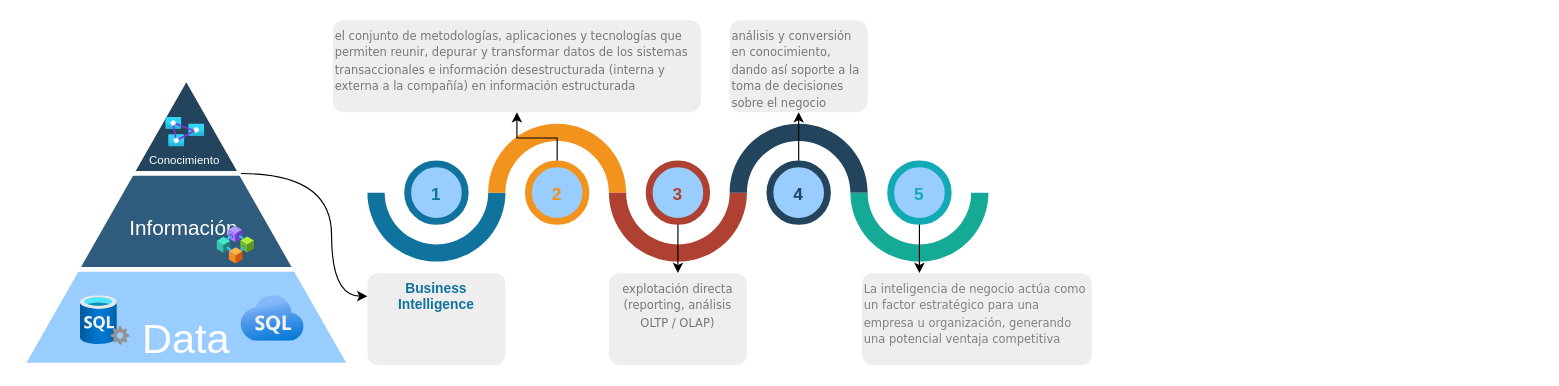
The draw.io diagram presentacion-business-intelligence.drawio in whuera/business-intelligence, before the edit. Source tidied: cells renumbered, new cells numbered last; positions are measured from the earlier drawing's top-left corner, leaving out a move shared by most shapes. Both pictures are drawn from the tidied source at 115%, with x=0, y=0 at pixel (22, 20).
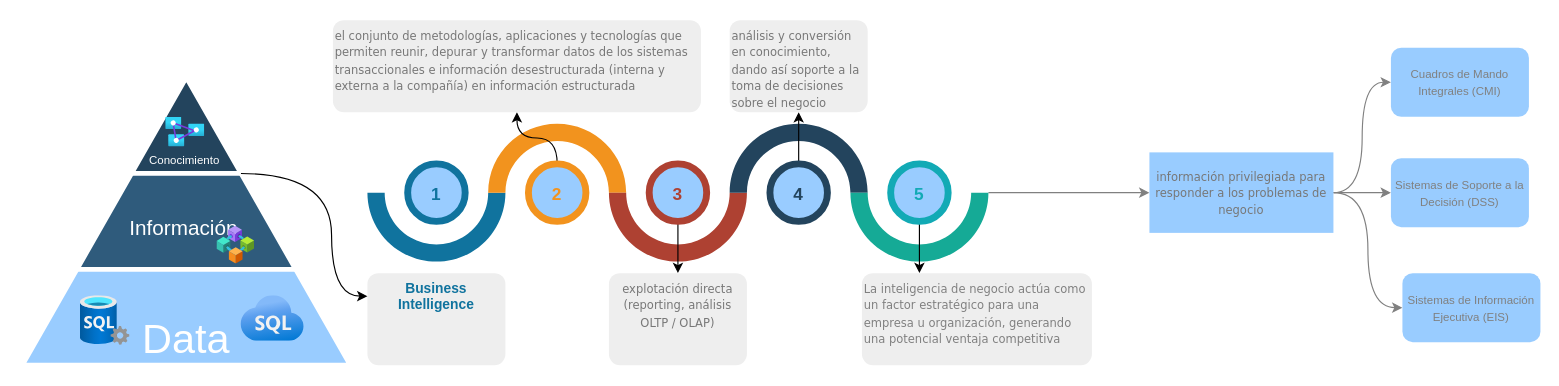
The same page after the edit.

Unchanged cells that the change refers to:
```xml
<mxCell id="14" style="verticalLabelPosition=bottom;verticalAlign=top;html=1;shape=mxgraph.basic.partConcEllipse;startAngle=0.25;endAngle=0.75;arcWidth=0.25;fillColor=#15AA96;strokeColor=none;" parent="1" vertex="1">
  <mxGeometry x="720" y="90" width="120" height="120" as="geometry" />
</mxCell>
<mxCell id="17" value="2" style="shape=ellipse;strokeWidth=6;strokeColor=#F2931E;fontSize=15;html=0;fontStyle=1;fontColor=#F2931E;fillColor=#99CCFF;" parent="1" vertex="1">
  <mxGeometry x="440" y="125" width="50" height="50" as="geometry" />
</mxCell>
<mxCell id="19" value="3" style="shape=ellipse;strokeWidth=6;strokeColor=#AE4132;fontSize=15;html=0;fontStyle=1;fontColor=#AE4132;fillColor=#99CCFF;" parent="1" vertex="1">
  <mxGeometry x="545" y="125" width="50" height="50" as="geometry" />
</mxCell>
<mxCell id="25" value="&lt;div&gt;&lt;font color=&quot;#777777&quot; face=&quot;verdana, arial&quot;&gt;&lt;span style=&quot;font-size: 10px&quot;&gt;el conjunto de metodologías, aplicaciones y tecnologías que permiten reunir, depurar y transformar datos de los sistemas transaccionales e información desestructurada (interna y externa a la compañía) en información estructurada&lt;/span&gt;&lt;/font&gt;&lt;/div&gt;" style="rounded=1;strokeColor=none;fillColor=#EEEEEE;align=left;arcSize=12;verticalAlign=top;whiteSpace=wrap;html=1;fontSize=12;" parent="1" vertex="1">
  <mxGeometry x="270" width="320" height="80" as="geometry" />
</mxCell>
<mxCell id="26" value="&lt;span style=&quot;color: rgb(119 , 119 , 119) ; font-family: &amp;#34;verdana&amp;#34; , &amp;#34;arial&amp;#34; ; text-align: justify&quot;&gt;&lt;font style=&quot;font-size: 10px&quot;&gt;explotación directa (reporting, análisis OLTP / OLAP)&lt;/font&gt;&lt;/span&gt;" style="rounded=1;strokeColor=none;fillColor=#EEEEEE;align=center;arcSize=12;verticalAlign=top;whiteSpace=wrap;html=1;fontSize=12;" parent="1" vertex="1">
  <mxGeometry x="510" y="220" width="120" height="80" as="geometry" />
</mxCell>
```

What changed in the source:
```diff
@@
+    <mxCell id="30" style="edgeStyle=orthogonalEdgeStyle;curved=1;rounded=0;jettySize=auto;html=1;entryX=0;entryY=0.5;entryDx=0;entryDy=0;strokeColor=#808080;" parent="1" edge="1" source="14" target="34">
+      <mxGeometry relative="1" as="geometry" />
+    </mxCell>
@@
-    <mxCell id="16" style="edgeStyle=orthogonalEdgeStyle;rounded=0;jettySize=auto;html=1;" parent="1" edge="1" source="17" target="25">
+    <mxCell id="16" style="edgeStyle=orthogonalEdgeStyle;rounded=0;jettySize=auto;html=1;curved=1;" parent="1" edge="1" source="17" target="25">
       <mxGeometry relative="1" as="geometry" />
     </mxCell>
@@
-    <mxCell id="18" style="edgeStyle=orthogonalEdgeStyle;rounded=0;jettySize=auto;html=1;" parent="1" edge="1" source="19" target="26">
+    <mxCell id="18" style="edgeStyle=orthogonalEdgeStyle;rounded=0;jettySize=auto;html=1;curved=1;" parent="1" edge="1" source="19" target="26">
       <mxGeometry relative="1" as="geometry" />
     </mxCell>
@@
+    <mxCell id="31" style="edgeStyle=orthogonalEdgeStyle;curved=1;rounded=0;jettySize=auto;html=1;entryX=0;entryY=0.5;entryDx=0;entryDy=0;strokeColor=#808080;" parent="1" edge="1" source="34" target="35">
+      <mxGeometry relative="1" as="geometry" />
+    </mxCell>
+    <mxCell id="32" style="edgeStyle=orthogonalEdgeStyle;curved=1;rounded=0;jettySize=auto;html=1;entryX=0;entryY=0.5;entryDx=0;entryDy=0;strokeColor=#808080;" parent="1" edge="1" source="34" target="36">
+      <mxGeometry relative="1" as="geometry" />
+    </mxCell>
+    <mxCell id="33" style="edgeStyle=orthogonalEdgeStyle;curved=1;rounded=0;jettySize=auto;html=1;entryX=0;entryY=0.5;entryDx=0;entryDy=0;strokeColor=#808080;" parent="1" edge="1" source="34" target="37">
+      <mxGeometry relative="1" as="geometry" />
+    </mxCell>
+    <mxCell id="34" value="&lt;div&gt;&lt;span style=&quot;color: rgb(119 , 119 , 119) ; font-family: &amp;#34;verdana&amp;#34; , &amp;#34;arial&amp;#34;&quot;&gt;&lt;font style=&quot;font-size: 10px&quot;&gt;información privilegiada para responder a los problemas de negocio&lt;/font&gt;&lt;/span&gt;&lt;/div&gt;" style="rounded=0;whiteSpace=wrap;html=1;fillColor=#99CCFF;strokeColor=none;align=center;" parent="1" vertex="1">
+      <mxGeometry x="980" y="115" width="160" height="70" as="geometry" />
+    </mxCell>
+    <mxCell id="35" value="&lt;font color=&quot;#808080&quot;&gt;&lt;span style=&quot;font-size: 10px&quot;&gt;Cuadros de Mando Integrales (CMI)&lt;/span&gt;&lt;/font&gt;" style="rounded=1;whiteSpace=wrap;html=1;fillColor=#99CCFF;strokeColor=none;" parent="1" vertex="1">
+      <mxGeometry x="1190" y="24" width="120" height="60" as="geometry" />
+    </mxCell>
+    <mxCell id="36" value="&lt;font color=&quot;#808080&quot;&gt;&lt;span style=&quot;font-size: 10px&quot;&gt;Sistemas de Soporte a la Decisión (DSS)&lt;/span&gt;&lt;/font&gt;" style="rounded=1;whiteSpace=wrap;html=1;fillColor=#99CCFF;strokeColor=none;" parent="1" vertex="1">
+      <mxGeometry x="1190" y="120" width="120" height="60" as="geometry" />
+    </mxCell>
+    <mxCell id="37" value="&lt;font color=&quot;#808080&quot;&gt;&lt;span style=&quot;font-size: 10px&quot;&gt;Sistemas de Información Ejecutiva (EIS)&lt;/span&gt;&lt;/font&gt;" style="rounded=1;whiteSpace=wrap;html=1;fillColor=#99CCFF;strokeColor=none;" parent="1" vertex="1">
+      <mxGeometry x="1200" y="220" width="120" height="60" as="geometry" />
+    </mxCell>
```
